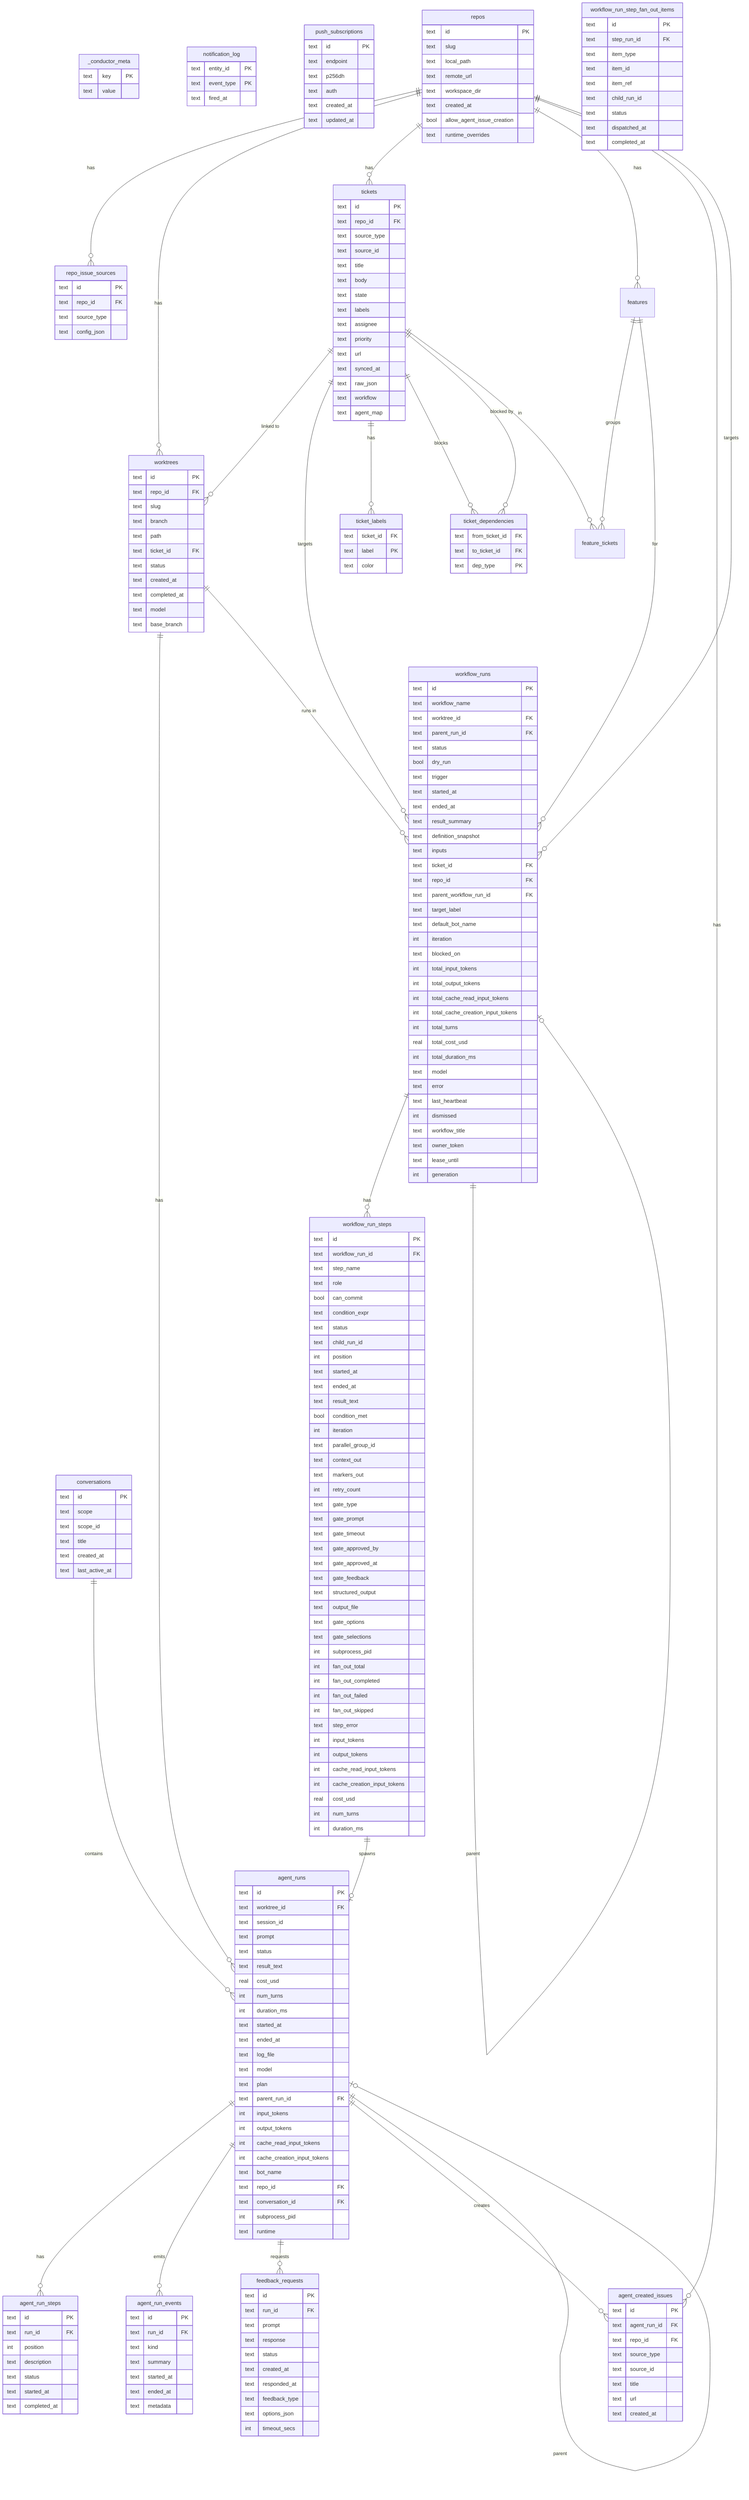
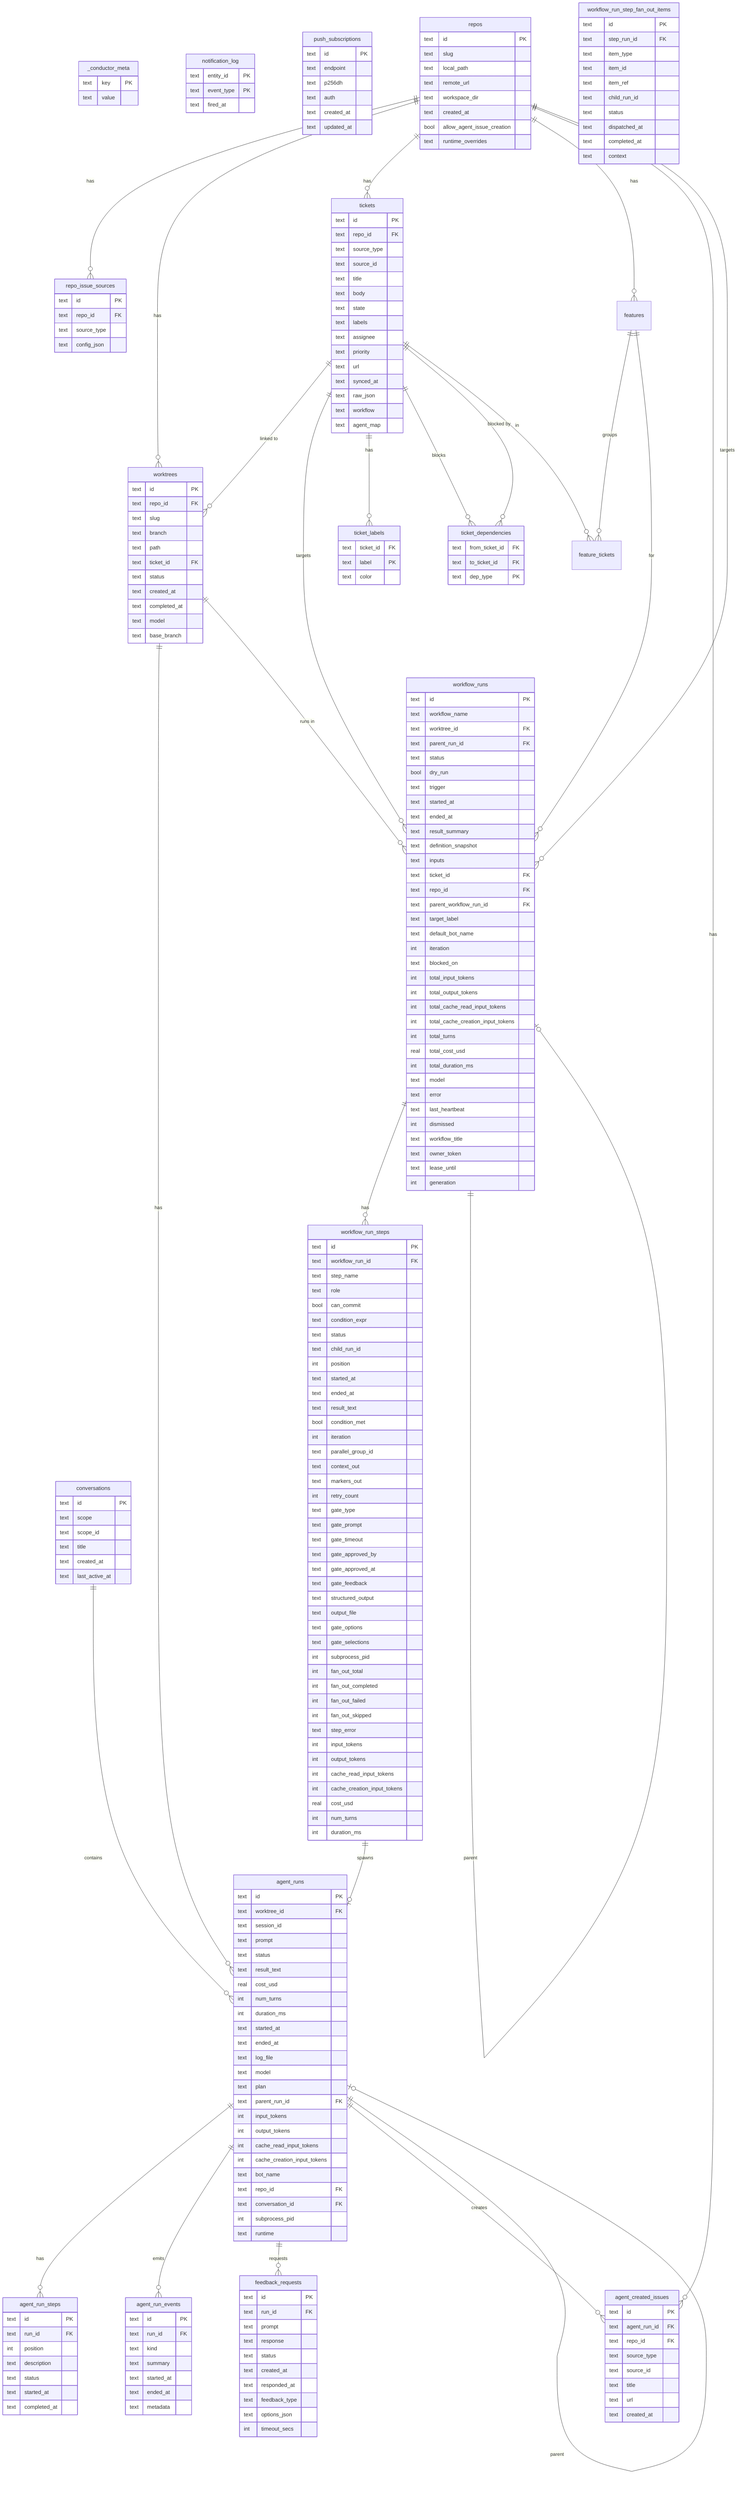
- %% Updated 2026-05-03 — Entity-relationship diagram for conductor.db (88 migrations)
+ %% Updated 2026-05-05 — Entity-relationship diagram for conductor.db (89 migrations)
erDiagram

    _conductor_meta {
        text key PK
        text value
    }

    agent_created_issues {
        text id PK
        text agent_run_id FK
        text repo_id FK
        text source_type
        text source_id
        text title
        text url
        text created_at
    }

    agent_run_events {
        text id PK
        text run_id FK
        text kind
        text summary
        text started_at
        text ended_at
        text metadata
    }

    agent_run_steps {
        text id PK
        text run_id FK
        int position
        text description
        text status
        text started_at
        text completed_at
    }

    agent_runs {
        text id PK
        text worktree_id FK
        text session_id
        text prompt
        text status
        text result_text
        real cost_usd
        int num_turns
        int duration_ms
        text started_at
        text ended_at
        text log_file
        text model
        text plan
        text parent_run_id FK
        int input_tokens
        int output_tokens
        int cache_read_input_tokens
        int cache_creation_input_tokens
        text bot_name
        text repo_id FK
        text conversation_id FK
        int subprocess_pid
        text runtime
    }

    conversations {
        text id PK
        text scope
        text scope_id
        text title
        text created_at
        text last_active_at
    }

    feedback_requests {
        text id PK
        text run_id FK
        text prompt
        text response
        text status
        text created_at
        text responded_at
        text feedback_type
        text options_json
        int timeout_secs
    }

    notification_log {
        text entity_id PK
        text event_type PK
        text fired_at
    }

    push_subscriptions {
        text id PK
        text endpoint
        text p256dh
        text auth
        text created_at
        text updated_at
    }

    repo_issue_sources {
        text id PK
        text repo_id FK
        text source_type
        text config_json
    }

    repos {
        text id PK
        text slug
        text local_path
        text remote_url
        text workspace_dir
        text created_at
        bool allow_agent_issue_creation
        text runtime_overrides
    }

    ticket_dependencies {
        text from_ticket_id FK
        text to_ticket_id FK
        text dep_type PK
    }

    ticket_labels {
        text ticket_id FK
        text label PK
        text color
    }

    tickets {
        text id PK
        text repo_id FK
        text source_type
        text source_id
        text title
        text body
        text state
        text labels
        text assignee
        text priority
        text url
        text synced_at
        text raw_json
        text workflow
        text agent_map
    }

    workflow_run_step_fan_out_items {
        text id PK
        text step_run_id FK
        text item_type
        text item_id
        text item_ref
        text child_run_id
        text status
        text dispatched_at
        text completed_at
+         text context
    }

    workflow_run_steps {
        text id PK
        text workflow_run_id FK
        text step_name
        text role
        bool can_commit
        text condition_expr
        text status
        text child_run_id
        int position
        text started_at
        text ended_at
        text result_text
        bool condition_met
        int iteration
        text parallel_group_id
        text context_out
        text markers_out
        int retry_count
        text gate_type
        text gate_prompt
        text gate_timeout
        text gate_approved_by
        text gate_approved_at
        text gate_feedback
        text structured_output
        text output_file
        text gate_options
        text gate_selections
        int subprocess_pid
        int fan_out_total
        int fan_out_completed
        int fan_out_failed
        int fan_out_skipped
        text step_error
        int input_tokens
        int output_tokens
        int cache_read_input_tokens
        int cache_creation_input_tokens
        real cost_usd
        int num_turns
        int duration_ms
    }

    workflow_runs {
        text id PK
        text workflow_name
        text worktree_id FK
        text parent_run_id FK
        text status
        bool dry_run
        text trigger
        text started_at
        text ended_at
        text result_summary
        text definition_snapshot
        text inputs
        text ticket_id FK
        text repo_id FK
        text parent_workflow_run_id FK
        text target_label
        text default_bot_name
        int iteration
        text blocked_on
        int total_input_tokens
        int total_output_tokens
        int total_cache_read_input_tokens
        int total_cache_creation_input_tokens
        int total_turns
        real total_cost_usd
        int total_duration_ms
        text model
        text error
        text last_heartbeat
        int dismissed
        text workflow_title
        text owner_token
        text lease_until
        int generation
    }

    worktrees {
        text id PK
        text repo_id FK
        text slug
        text branch
        text path
        text ticket_id FK
        text status
        text created_at
        text completed_at
        text model
        text base_branch
    }
    repos ||--o{ repo_issue_sources : "has"
    repos ||--o{ worktrees : "has"
    repos ||--o{ tickets : "has"
    repos ||--o{ features : "has"
    repos ||--o{ agent_created_issues : "has"
    repos ||--o{ workflow_runs : "targets"
    worktrees ||--o{ agent_runs : "has"
    worktrees ||--o{ workflow_runs : "runs in"
    tickets ||--o{ worktrees : "linked to"
    tickets ||--o{ workflow_runs : "targets"
    tickets ||--o{ ticket_labels : "has"
    tickets ||--o{ ticket_dependencies : "blocks"
    tickets ||--o{ ticket_dependencies : "blocked by"
    tickets ||--o{ feature_tickets : "in"
    features ||--o{ feature_tickets : "groups"
    features ||--o{ workflow_runs : "for"
    agent_runs ||--o{ agent_run_steps : "has"
    agent_runs ||--o{ agent_run_events : "emits"
    agent_runs ||--o{ feedback_requests : "requests"
    agent_runs ||--o{ agent_created_issues : "creates"
    agent_runs ||--o| agent_runs : "parent"
    conversations ||--o{ agent_runs : "contains"
    workflow_runs ||--o{ workflow_run_steps : "has"
    workflow_runs ||--o| workflow_runs : "parent"
    workflow_run_steps ||--o| agent_runs : "spawns"
